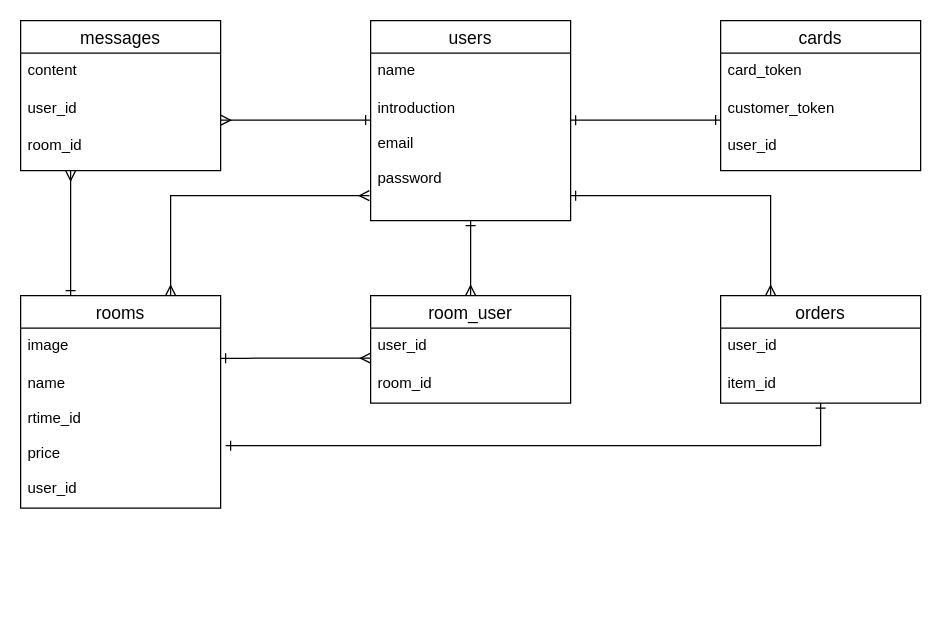
Earlier version of the draw.io diagram test.dio (no-ru-kk/each-talk). Source tidied: cells renumbered, new cells numbered last; positions are measured from the earlier drawing's top-left corner, leaving out a move shared by most shapes. Both pictures are drawn from the tidied source at 125%, with x=0, y=0 at pixel (20, 20).
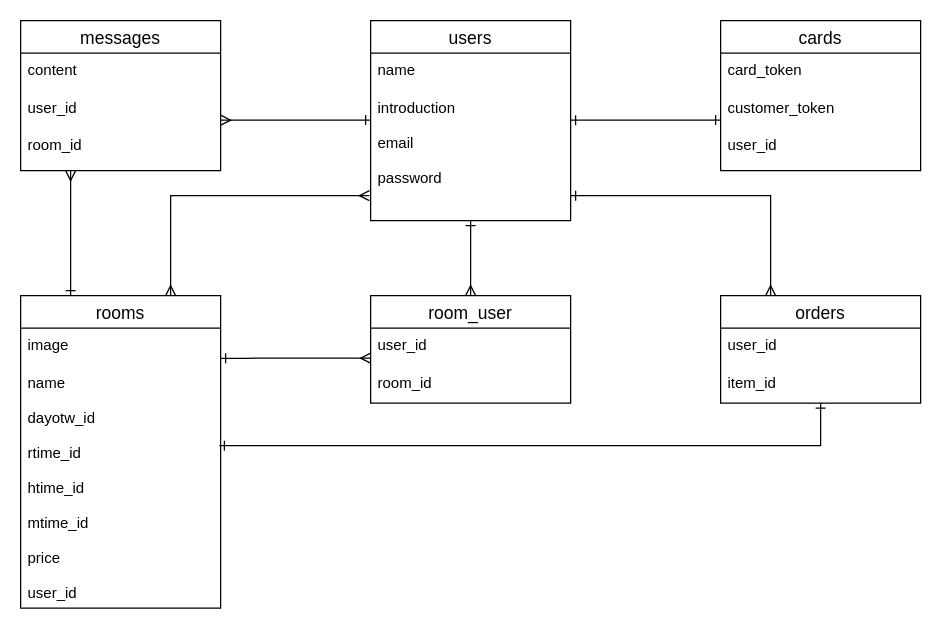
Above is the later version.

Commit message (it also covers changes not shown here):
カラム追加

前回記載漏れ

What changed in the source:
```diff
@@
     <mxCell id="18" style="endArrow=ERone;html=1;rounded=0;endFill=0;startArrow=ERone;startFill=0;" parent="1" edge="1">
       <mxGeometry relative="1" as="geometry">
-        <mxPoint x="164" y="340" as="sourcePoint" />
+        <mxPoint x="159" y="340" as="sourcePoint" />
         <mxPoint x="640" y="306" as="targetPoint" />
         <Array as="points">
           <mxPoint x="400" y="340" />
           <mxPoint x="640" y="340" />
         </Array>
       </mxGeometry>
     </mxCell>
@@
     <mxCell id="24" value="rooms" style="swimlane;fontStyle=0;horizontal=1;startSize=26;align=center;fontSize=14;" parent="1" vertex="1">
-      <mxGeometry y="220" width="160" height="170" as="geometry" />
+      <mxGeometry y="220" width="160" height="250" as="geometry" />
     </mxCell>
@@
-    <mxCell id="26" value="name&#10;&#10;rtime_id&#10;&#10;price&#10;&#10;user_id" style="text;strokeColor=none;fillColor=none;spacingLeft=4;spacingRight=4;overflow=hidden;fontSize=12;" parent="24" vertex="1">
-      <mxGeometry y="56" width="160" height="114" as="geometry" />
+    <mxCell id="26" value="name&#10;&#10;dayotw_id&#10;&#10;rtime_id&#10;&#10;htime_id&#10;&#10;mtime_id&#10;&#10;price&#10;&#10;user_id" style="text;strokeColor=none;fillColor=none;spacingLeft=4;spacingRight=4;overflow=hidden;fontSize=12;" parent="24" vertex="1">
+      <mxGeometry y="56" width="160" height="194" as="geometry" />
     </mxCell>
```
